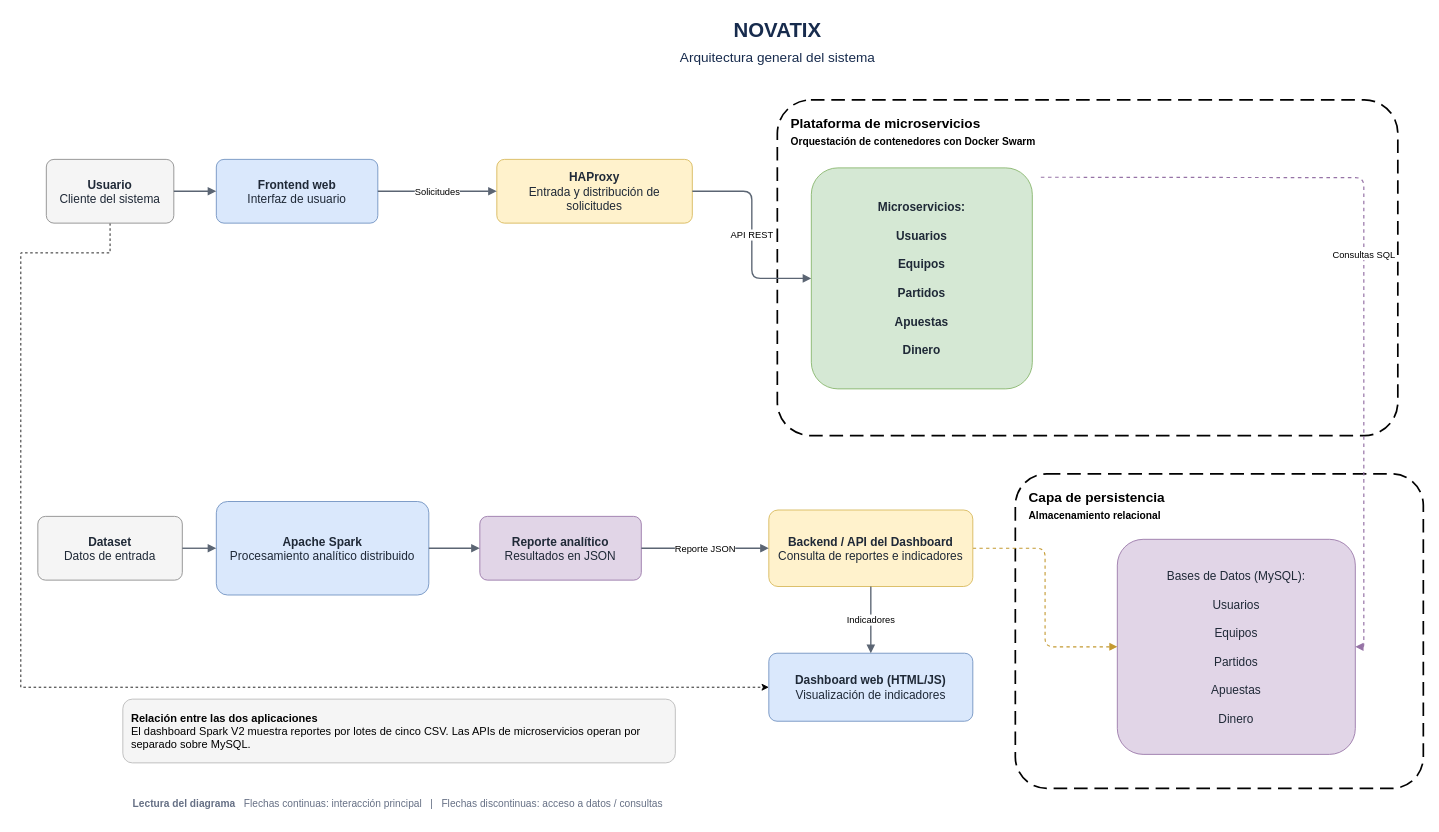
shevig22/NOVATIX-Infraestructura-Final keeps this draw.io diagram as page "1 - Arquitectura general" (1 of 2) of diagramas/novatix_pipeline_spark.drawio. Above is the earlier version. Source tidied: cells renumbered, new cells numbered last; positions are measured from the earlier drawing's top-left corner, leaving out a move shared by most shapes. Both pictures are drawn from the tidied source at 85%, with x=0, y=0 at pixel (20, 14).
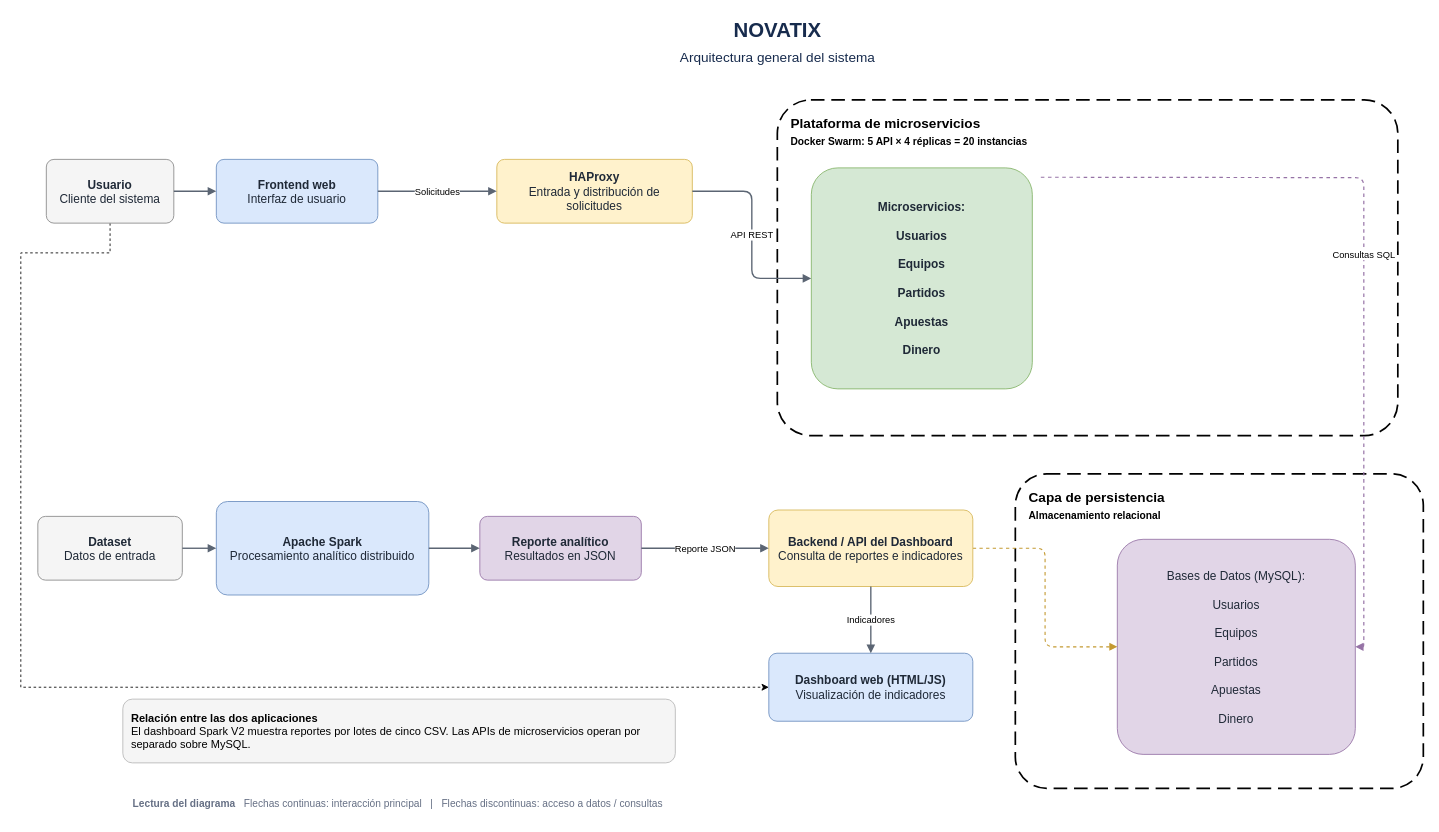
After the change.

Commit message (it also covers changes not shown here):
Actualizar arquitectura definitiva 20 instancias, HAProxy V4, plantilla, diagramas y evidencias

The edit, as a diff of the source:
```diff
@@
-    <mxCell id="2" value="&lt;b&gt;Plataforma de microservicios&lt;/b&gt;&lt;br&gt;&lt;font style=&quot;font-size:12px&quot;&gt;Orquestación de contenedores con Docker Swarm&lt;/font&gt;" style="rounded=1;whiteSpace=wrap;html=1;arcSize=10;dashed=1;dashPattern=8 4;fillColor=none;strokeWidth=2;align=left;verticalAlign=top;spacingTop=12;spacingLeft=14;fontSize=16;fontStyle=1;" parent="1" vertex="1">
+    <mxCell id="2" value="&lt;b&gt;Plataforma de microservicios&lt;/b&gt;&lt;br&gt;&lt;font style=&quot;font-size:12px&quot;&gt;Docker Swarm: 5 API × 4 réplicas = 20 instancias&lt;/font&gt;" style="rounded=1;whiteSpace=wrap;html=1;arcSize=10;dashed=1;dashPattern=8 4;fillColor=none;strokeWidth=2;align=left;verticalAlign=top;spacingTop=12;spacingLeft=14;fontSize=16;fontStyle=1;" parent="1" vertex="1">
       <mxGeometry x="890" y="100" width="730" height="395" as="geometry" />
     </mxCell>
```
